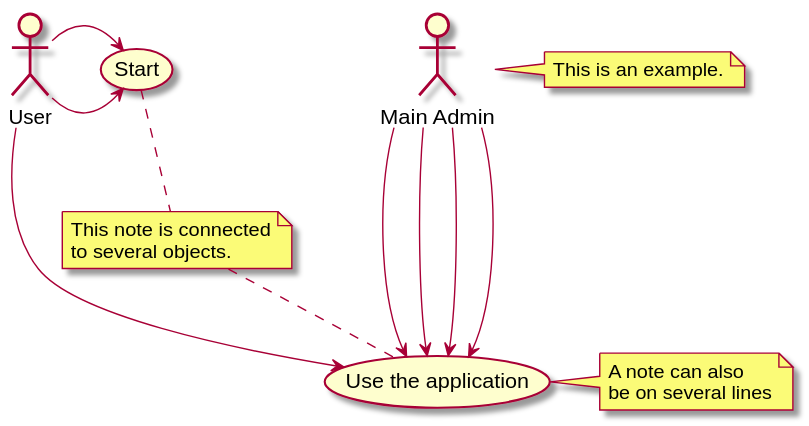
Above: doc/g_/uc1.svg in badeand/documatic (PlantUML), before the change.
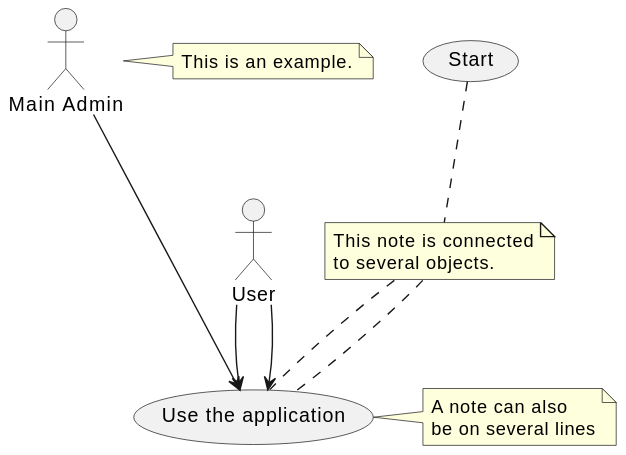
After the change.

What changed in the source:
```diff
@@ -3,15 +3,10 @@
 :Main Admin: as Admin
 (Use the application) as (Use)
 
-User -> (Start)
-User -> (Start)
+User --> (Use)
 User --> (Use)
 
 Admin ---> (Use)
-Admin ---> (Use)
-Admin ---> (Use)
-Admin ---> (Use)
-
 note right of Admin : This is an example.
 
 note right of (Use)
@@ -22,4 +17,5 @@
 note "This note is connected\nto several objects." as N2
 (Start) .. N2
 N2 .. (Use)
+N2 .. (Use)
 @enduml
```
